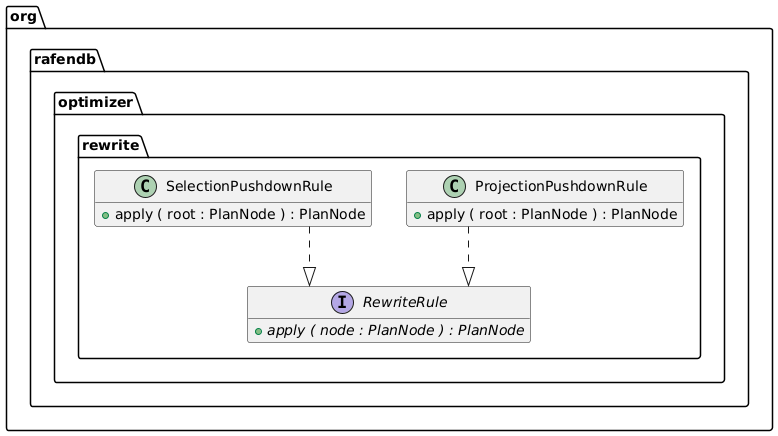
This is docs/generated/optimizer/optimizer-rewrite.png from m-akma1/rafendb, a PlantUML export, as it was before one commit. Its source is kept beside it as docs/generated/optimizer/optimizer-rewrite.puml. Its diagram source:
```plantuml
@startuml

set namespaceSeparator .
hide empty members
skinparam linetype ortho


class org.rafendb.optimizer.rewrite.ProjectionPushdownRule {
	{method} +apply ( root : PlanNode ) : PlanNode
}


interface org.rafendb.optimizer.rewrite.RewriteRule {
	{method}  {abstract} +apply ( node : PlanNode ) : PlanNode
}


class org.rafendb.optimizer.rewrite.SelectionPushdownRule {
	{method} +apply ( root : PlanNode ) : PlanNode
}




org.rafendb.optimizer.rewrite.ProjectionPushdownRule ..|>  org.rafendb.optimizer.rewrite.RewriteRule
org.rafendb.optimizer.rewrite.SelectionPushdownRule ..|>  org.rafendb.optimizer.rewrite.RewriteRule


@enduml
```
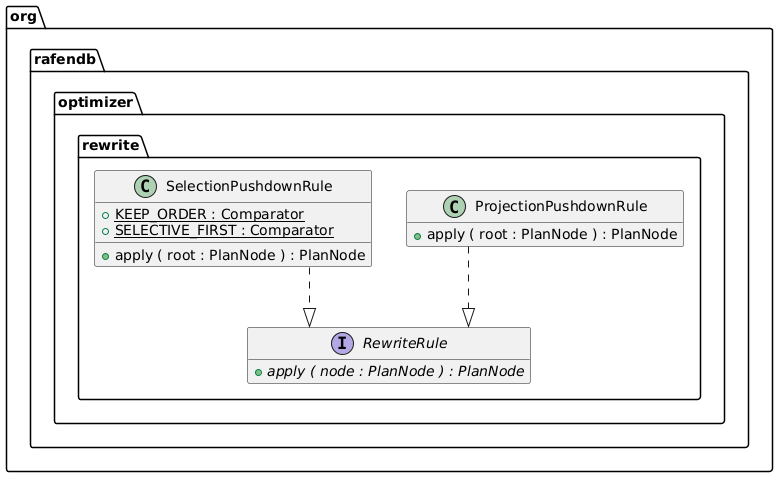
Above is the later version.

What changed in the source:
```diff
@@ -16,6 +16,8 @@
 
 
 class org.rafendb.optimizer.rewrite.SelectionPushdownRule {
+	{field} {static} +KEEP_ORDER : Comparator
+	{field} {static} +SELECTIVE_FIRST : Comparator
 	{method} +apply ( root : PlanNode ) : PlanNode
 }
 
```
